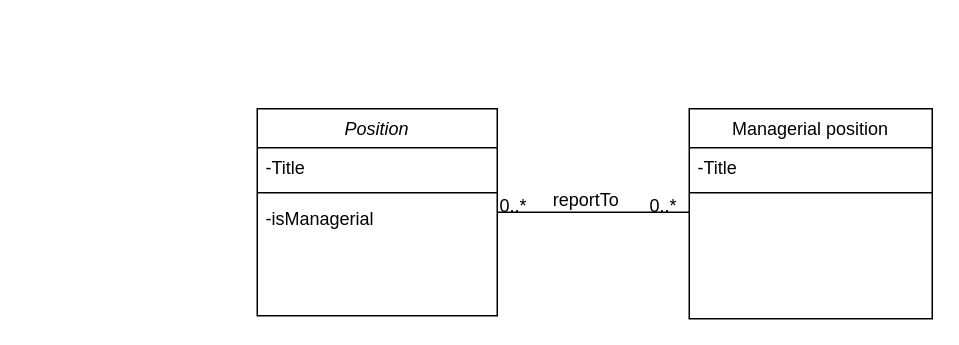
Before: Untitled Diagram.drawio in uyenhoangtp/miu, a draw.io diagram. Source tidied: cells renumbered, new cells numbered last; positions are measured from the earlier drawing's top-left corner, leaving out a move shared by most shapes. Both pictures are drawn from the tidied source at 150%, with x=0, y=0 at pixel (256, 108).
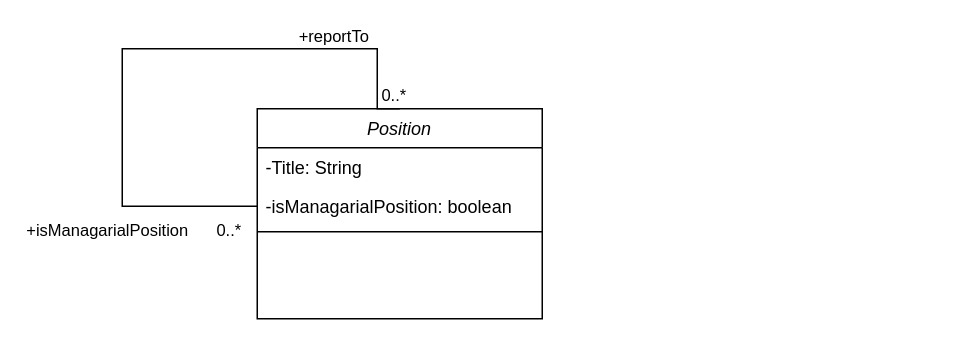
Above is the later version.

What changed in the source:
```diff
@@
 <mxGraphModel>
   <root>
     <mxCell id="0" />
     <mxCell id="1" parent="0" />
     <mxCell id="2" value="Position" style="swimlane;fontStyle=2;align=center;verticalAlign=top;horizontal=1;startSize=26;rounded=0;shadow=0;strokeWidth=1;" parent="1" vertex="1">
-      <mxGeometry width="160" height="138" as="geometry" />
+      <mxGeometry width="190" height="140" as="geometry" />
     </mxCell>
-    <mxCell id="3" value="-Title" style="text;align=left;verticalAlign=top;spacingLeft=4;spacingRight=4;overflow=hidden;" parent="2" vertex="1">
-      <mxGeometry y="26" width="160" height="26" as="geometry" />
+    <mxCell id="3" value="-Title: String" style="text;align=left;verticalAlign=top;spacingLeft=4;spacingRight=4;overflow=hidden;" parent="2" vertex="1">
+      <mxGeometry y="26" width="190" height="26" as="geometry" />
     </mxCell>
+    <mxCell id="13" style="edgeStyle=orthogonalEdgeStyle;rounded=0;jettySize=auto;html=1;entryX=0.5;entryY=0;entryDx=0;entryDy=0;endArrow=none;startFill=0;" parent="2" edge="1" target="2">
+      <mxGeometry relative="1" as="geometry">
+        <mxPoint y="65" as="sourcePoint" />
+        <Array as="points">
+          <mxPoint x="-90" y="65" />
+          <mxPoint x="-90" y="-40" />
+          <mxPoint x="80" y="-40" />
+        </Array>
+      </mxGeometry>
+    </mxCell>
+    <mxCell id="14" value="0..*" style="edgeLabel;html=1;align=center;verticalAlign=middle;" parent="13" vertex="1">
+      <mxGeometry x="-0.96" y="4" relative="1" as="geometry">
+        <mxPoint x="-12" y="11" as="offset" />
+      </mxGeometry>
+    </mxCell>
+    <mxCell id="15" value="0..*" style="edgeLabel;html=1;align=center;verticalAlign=middle;" parent="13" vertex="1">
+      <mxGeometry x="0.93" y="4" relative="1" as="geometry">
+        <mxPoint x="10" y="-6" as="offset" />
+      </mxGeometry>
+    </mxCell>
+    <mxCell id="16" value="+isManagarialPosition" style="edgeLabel;html=1;align=center;verticalAlign=middle;" parent="13" vertex="1">
+      <mxGeometry x="-0.6" y="5" relative="1" as="geometry">
+        <mxPoint x="-17" y="10" as="offset" />
+      </mxGeometry>
+    </mxCell>
+    <mxCell id="17" value="+reportTo" style="edgeLabel;html=1;align=center;verticalAlign=middle;" parent="13" vertex="1">
+      <mxGeometry x="0.75" y="2" relative="1" as="geometry">
+        <mxPoint x="-32" y="-12" as="offset" />
+      </mxGeometry>
+    </mxCell>
+    <mxCell id="18" value="-isManagarialPosition: boolean" style="text;align=left;verticalAlign=top;spacingLeft=4;spacingRight=4;overflow=hidden;" parent="2" vertex="1">
+      <mxGeometry y="52" width="190" height="26" as="geometry" />
+    </mxCell>
     <mxCell id="4" style="line;html=1;strokeWidth=1;align=left;verticalAlign=middle;spacingTop=-1;spacingLeft=3;spacingRight=3;labelPosition=right;" parent="2" vertex="1">
-      <mxGeometry y="52" width="160" height="8" as="geometry" />
+      <mxGeometry y="78" width="190" height="8" as="geometry" />
     </mxCell>
-    <mxCell id="5" value="-isManagerial" style="text;align=left;verticalAlign=top;spacingLeft=4;spacingRight=4;overflow=hidden;" parent="2" vertex="1">
-      <mxGeometry y="60" width="160" height="26" as="geometry" />
-    </mxCell>
-    <mxCell id="6" value="Managerial position" style="swimlane;fontStyle=0;align=center;verticalAlign=top;horizontal=1;startSize=26;rounded=0;shadow=0;strokeWidth=1;" parent="1" vertex="1">
-      <mxGeometry x="288" width="162" height="140" as="geometry" />
-    </mxCell>
-    <mxCell id="7" value="-Title" style="text;align=left;verticalAlign=top;spacingLeft=4;spacingRight=4;overflow=hidden;" parent="6" vertex="1">
-      <mxGeometry y="26" width="162" height="26" as="geometry" />
-    </mxCell>
-    <mxCell id="8" style="line;html=1;strokeWidth=1;align=left;verticalAlign=middle;spacingTop=-1;spacingLeft=3;spacingRight=3;labelPosition=right;" parent="6" vertex="1">
-      <mxGeometry y="52" width="162" height="8" as="geometry" />
-    </mxCell>
-    <mxCell id="9" style="endArrow=none;shadow=0;strokeWidth=1;rounded=0;curved=0;endFill=1;edgeStyle=elbowEdgeStyle;elbow=vertical;startFill=0;" parent="1" edge="1" source="2" target="6">
-      <mxGeometry x="0.5" y="41" relative="1" as="geometry">
-        <mxPoint x="-40" y="32" as="offset" />
-      </mxGeometry>
-    </mxCell>
-    <mxCell id="10" value="0..*" style="align=left;verticalAlign=bottom;labelBackgroundColor=none;fontSize=12;" parent="9" vertex="1">
-      <mxGeometry x="-1" relative="1" as="geometry">
-        <mxPoint y="4" as="offset" />
-      </mxGeometry>
-    </mxCell>
-    <mxCell id="11" value="0..*" style="align=right;verticalAlign=bottom;labelBackgroundColor=none;fontSize=12;" parent="9" vertex="1">
-      <mxGeometry x="1" relative="1" as="geometry">
-        <mxPoint x="-7" y="4" as="offset" />
-      </mxGeometry>
-    </mxCell>
-    <mxCell id="12" value="reportTo" style="text;html=1;align=center;verticalAlign=middle;labelBackgroundColor=none;rounded=0;shadow=0;strokeWidth=1;fontSize=12;" parent="9" vertex="1">
-      <mxGeometry x="0.5" y="49" relative="1" as="geometry">
-        <mxPoint x="-38" y="40" as="offset" />
-      </mxGeometry>
-    </mxCell>
   </root>
 </mxGraphModel>
```
